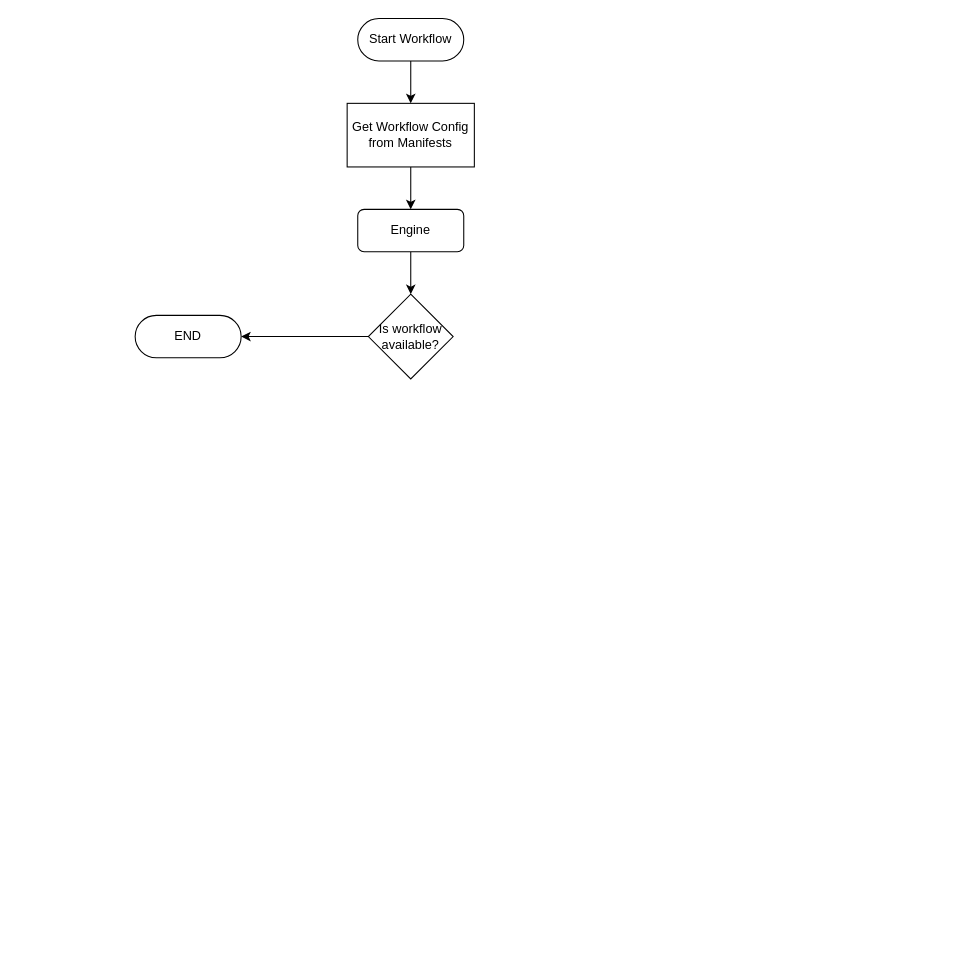
The draw.io diagram Untitled Diagram.drawio in sarathnadavalur/project_processFlows, before the edit. Source tidied: cells renumbered, new cells numbered last; positions are measured from the earlier drawing's top-left corner, leaving out a move shared by most shapes. Both pictures are drawn from the tidied source at 106%, with x=0, y=0 at pixel (135, 18).
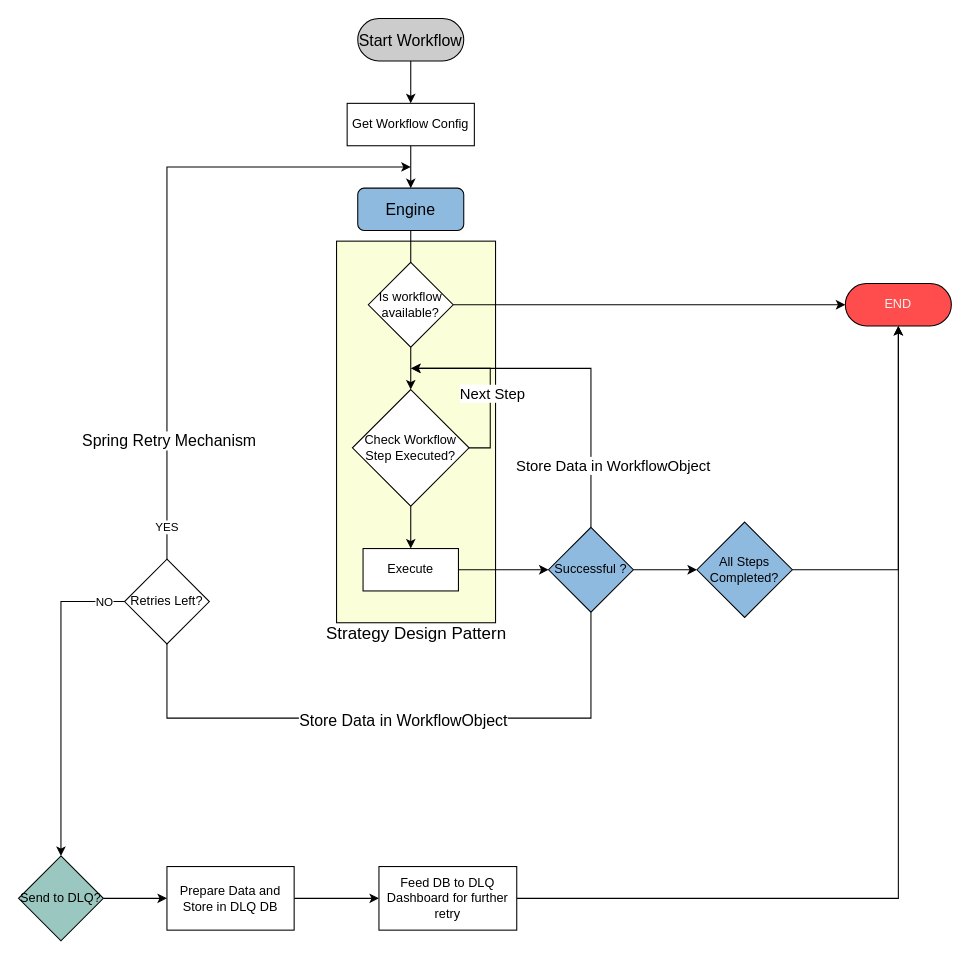
Above is the later version.

Change to the diagram source:
```diff
@@
+    <mxCell id="11" style="rounded=0;whiteSpace=wrap;html=1;fillColor=#FBFFD9;" parent="1" vertex="1">
+      <mxGeometry x="190" y="210" width="150" height="360" as="geometry" />
+    </mxCell>
@@
-    <mxCell id="3" value="Engine" style="rounded=1;whiteSpace=wrap;html=1;" parent="1" vertex="1">
-      <mxGeometry x="210" y="180" width="100" height="40" as="geometry" />
+    <mxCell id="3" value="Engine" style="rounded=1;whiteSpace=wrap;html=1;fillColor=#8FBAE0;fontSize=15;" parent="1" vertex="1">
+      <mxGeometry x="210" y="160" width="100" height="40" as="geometry" />
     </mxCell>
-    <mxCell id="4" style="edgeStyle=orthogonalEdgeStyle;rounded=0;jettySize=auto;html=1;exitX=0;exitY=0.5;exitDx=0;exitDy=0;" parent="1" edge="1" source="5">
-      <mxGeometry relative="1" as="geometry">
-        <mxPoint x="100" y="300" as="targetPoint" />
-      </mxGeometry>
-    </mxCell>
+    <mxCell id="12" style="edgeStyle=orthogonalEdgeStyle;rounded=0;jettySize=auto;html=1;exitX=0.5;exitY=1;exitDx=0;exitDy=0;" parent="1" edge="1" source="5">
+      <mxGeometry relative="1" as="geometry">
+        <mxPoint x="260" y="350" as="targetPoint" />
+      </mxGeometry>
+    </mxCell>
+    <mxCell id="13" style="edgeStyle=orthogonalEdgeStyle;rounded=0;jettySize=auto;html=1;exitX=1;exitY=0.5;exitDx=0;exitDy=0;entryX=0;entryY=0.5;entryDx=0;entryDy=0;" parent="1" edge="1" source="5" target="10">
+      <mxGeometry relative="1" as="geometry" />
+    </mxCell>
     <mxCell id="5" value="Is workflow available?" style="rhombus;whiteSpace=wrap;html=1;" parent="1" vertex="1">
-      <mxGeometry x="220" y="260" width="80" height="80" as="geometry" />
+      <mxGeometry x="220" y="230" width="80" height="80" as="geometry" />
     </mxCell>
@@
-    <mxCell id="7" value="Start Workflow" style="rounded=1;whiteSpace=wrap;html=1;arcSize=50;" parent="1" vertex="1">
+    <mxCell id="7" value="Start Workflow" style="rounded=1;whiteSpace=wrap;html=1;arcSize=50;fillColor=#CCCCCC;fontSize=15;" parent="1" vertex="1">
       <mxGeometry x="210" width="100" height="40" as="geometry" />
     </mxCell>
@@
-    <mxCell id="9" value="Get Workflow Config from Manifests" style="rounded=0;whiteSpace=wrap;html=1;" parent="1" vertex="1">
-      <mxGeometry x="200" y="80" width="120" height="60" as="geometry" />
+    <mxCell id="9" value="Get Workflow Config" style="rounded=0;whiteSpace=wrap;html=1;" parent="1" vertex="1">
+      <mxGeometry x="200" y="80" width="120" height="40" as="geometry" />
     </mxCell>
-    <mxCell id="10" value="END" style="rounded=1;whiteSpace=wrap;html=1;arcSize=50;" parent="1" vertex="1">
-      <mxGeometry y="280" width="100" height="40" as="geometry" />
+    <mxCell id="10" value="END" style="rounded=1;whiteSpace=wrap;html=1;arcSize=50;fillColor=#FF4D4D;fontColor=#f3f1f1;" parent="1" vertex="1">
+      <mxGeometry x="670" y="250" width="100" height="40" as="geometry" />
     </mxCell>
+    <mxCell id="14" style="edgeStyle=orthogonalEdgeStyle;rounded=0;jettySize=auto;html=1;" parent="1" edge="1" source="17" target="19">
+      <mxGeometry relative="1" as="geometry" />
+    </mxCell>
+    <mxCell id="15" style="edgeStyle=orthogonalEdgeStyle;rounded=0;jettySize=auto;html=1;exitX=1;exitY=0.5;exitDx=0;exitDy=0;" parent="1" edge="1" source="17">
+      <mxGeometry relative="1" as="geometry">
+        <mxPoint x="260" y="330" as="targetPoint" />
+      </mxGeometry>
+    </mxCell>
+    <mxCell id="16" value="Next Step" style="edgeLabel;html=1;align=center;verticalAlign=middle;fontSize=14;" parent="15" vertex="1">
+      <mxGeometry x="-0.15" y="-1" relative="1" as="geometry" />
+    </mxCell>
+    <mxCell id="17" value="Check Workflow Step Executed?" style="rhombus;whiteSpace=wrap;html=1;" parent="1" vertex="1">
+      <mxGeometry x="205" y="350" width="110" height="110" as="geometry" />
+    </mxCell>
+    <mxCell id="18" style="edgeStyle=orthogonalEdgeStyle;rounded=0;jettySize=auto;html=1;" parent="1" edge="1" source="19" target="26">
+      <mxGeometry relative="1" as="geometry" />
+    </mxCell>
+    <mxCell id="19" value="Execute" style="whiteSpace=wrap;html=1;" parent="1" vertex="1">
+      <mxGeometry x="215" y="500" width="90" height="40" as="geometry" />
+    </mxCell>
+    <mxCell id="20" style="edgeStyle=orthogonalEdgeStyle;rounded=0;jettySize=auto;html=1;exitX=0.5;exitY=0;exitDx=0;exitDy=0;" parent="1" edge="1" source="26">
+      <mxGeometry relative="1" as="geometry">
+        <mxPoint x="260" y="330" as="targetPoint" />
+        <Array as="points">
+          <mxPoint x="430" y="330" />
+          <mxPoint x="391" y="330" />
+        </Array>
+      </mxGeometry>
+    </mxCell>
+    <mxCell id="21" value="Store Data in WorkflowObject" style="edgeLabel;html=1;align=center;verticalAlign=middle;fontSize=14;" parent="20" vertex="1">
+      <mxGeometry x="-0.47" y="-2" relative="1" as="geometry">
+        <mxPoint x="18" y="26" as="offset" />
+      </mxGeometry>
+    </mxCell>
+    <mxCell id="22" style="edgeStyle=orthogonalEdgeStyle;rounded=0;jettySize=auto;html=1;" parent="1" edge="1" source="26" target="28">
+      <mxGeometry relative="1" as="geometry" />
+    </mxCell>
+    <mxCell id="23" style="edgeStyle=orthogonalEdgeStyle;rounded=0;jettySize=auto;html=1;exitX=0.5;exitY=1;exitDx=0;exitDy=0;" parent="1" edge="1" source="26">
+      <mxGeometry relative="1" as="geometry">
+        <mxPoint x="260" y="140" as="targetPoint" />
+        <Array as="points">
+          <mxPoint x="430" y="660" />
+          <mxPoint x="30" y="660" />
+          <mxPoint x="30" y="140" />
+        </Array>
+      </mxGeometry>
+    </mxCell>
+    <mxCell id="24" value="Spring Retry Mechanism" style="edgeLabel;html=1;align=center;verticalAlign=middle;fontSize=15;" parent="23" vertex="1">
+      <mxGeometry x="0.22" y="-1" relative="1" as="geometry" />
+    </mxCell>
+    <mxCell id="25" value="YES" style="edgeLabel;html=1;align=center;verticalAlign=middle;" parent="23" vertex="1">
+      <mxGeometry x="0.09" y="1" relative="1" as="geometry" />
+    </mxCell>
+    <mxCell id="26" value="Successful ?" style="rhombus;whiteSpace=wrap;html=1;fillColor=#8FBAE0;" parent="1" vertex="1">
+      <mxGeometry x="390" y="480" width="80" height="80" as="geometry" />
+    </mxCell>
+    <mxCell id="27" style="edgeStyle=orthogonalEdgeStyle;rounded=0;jettySize=auto;html=1;exitX=1;exitY=0.5;exitDx=0;exitDy=0;entryX=0.5;entryY=1;entryDx=0;entryDy=0;" parent="1" edge="1" source="28" target="10">
+      <mxGeometry relative="1" as="geometry" />
+    </mxCell>
+    <mxCell id="28" value="All Steps Completed?" style="rhombus;whiteSpace=wrap;html=1;fillColor=#8FBAE0;" parent="1" vertex="1">
+      <mxGeometry x="530" y="475" width="90" height="90" as="geometry" />
+    </mxCell>
+    <mxCell id="29" value="Store Data in WorkflowObject" style="edgeLabel;html=1;align=center;verticalAlign=middle;fontSize=15;" parent="1" vertex="1">
+      <mxGeometry x="240" y="660" as="geometry">
+        <mxPoint x="12" y="1" as="offset" />
+      </mxGeometry>
+    </mxCell>
+    <mxCell id="30" value="Strategy Design Pattern" style="text;html=1;align=center;verticalAlign=middle;strokeColor=none;fillColor=none;fontSize=16;" parent="1" vertex="1">
+      <mxGeometry x="170" y="565" width="190" height="30" as="geometry" />
+    </mxCell>
+    <mxCell id="31" style="edgeStyle=orthogonalEdgeStyle;rounded=0;jettySize=auto;html=1;" parent="1" edge="1" source="33" target="35">
+      <mxGeometry relative="1" as="geometry" />
+    </mxCell>
+    <mxCell id="32" value="NO" style="edgeLabel;html=1;align=center;verticalAlign=middle;" parent="31" vertex="1">
+      <mxGeometry x="-0.69" y="3" relative="1" as="geometry">
+        <mxPoint x="27" y="-3" as="offset" />
+      </mxGeometry>
+    </mxCell>
+    <mxCell id="33" value="Retries Left?" style="rhombus;whiteSpace=wrap;html=1;" parent="1" vertex="1">
+      <mxGeometry x="-10" y="510" width="80" height="80" as="geometry" />
+    </mxCell>
+    <mxCell id="34" style="edgeStyle=orthogonalEdgeStyle;rounded=0;jettySize=auto;html=1;" parent="1" edge="1" source="35" target="37">
+      <mxGeometry relative="1" as="geometry" />
+    </mxCell>
+    <mxCell id="35" value="Send to DLQ?" style="rhombus;whiteSpace=wrap;html=1;fillColor=#9AC7BF;" parent="1" vertex="1">
+      <mxGeometry x="-110" y="790" width="80" height="80" as="geometry" />
+    </mxCell>
+    <mxCell id="36" style="edgeStyle=orthogonalEdgeStyle;rounded=0;jettySize=auto;html=1;" parent="1" edge="1" source="37" target="39">
+      <mxGeometry relative="1" as="geometry" />
+    </mxCell>
+    <mxCell id="37" value="Prepare Data and Store in DLQ DB" style="whiteSpace=wrap;html=1;" parent="1" vertex="1">
+      <mxGeometry x="30" y="800" width="120" height="60" as="geometry" />
+    </mxCell>
+    <mxCell id="38" style="edgeStyle=orthogonalEdgeStyle;rounded=0;jettySize=auto;html=1;exitX=1;exitY=0.5;exitDx=0;exitDy=0;entryX=0.5;entryY=1;entryDx=0;entryDy=0;" parent="1" edge="1" source="39" target="10">
+      <mxGeometry relative="1" as="geometry" />
+    </mxCell>
+    <mxCell id="39" value="Feed DB to DLQ Dashboard for further retry" style="whiteSpace=wrap;html=1;" parent="1" vertex="1">
+      <mxGeometry x="230" y="800" width="130" height="60" as="geometry" />
+    </mxCell>
```
